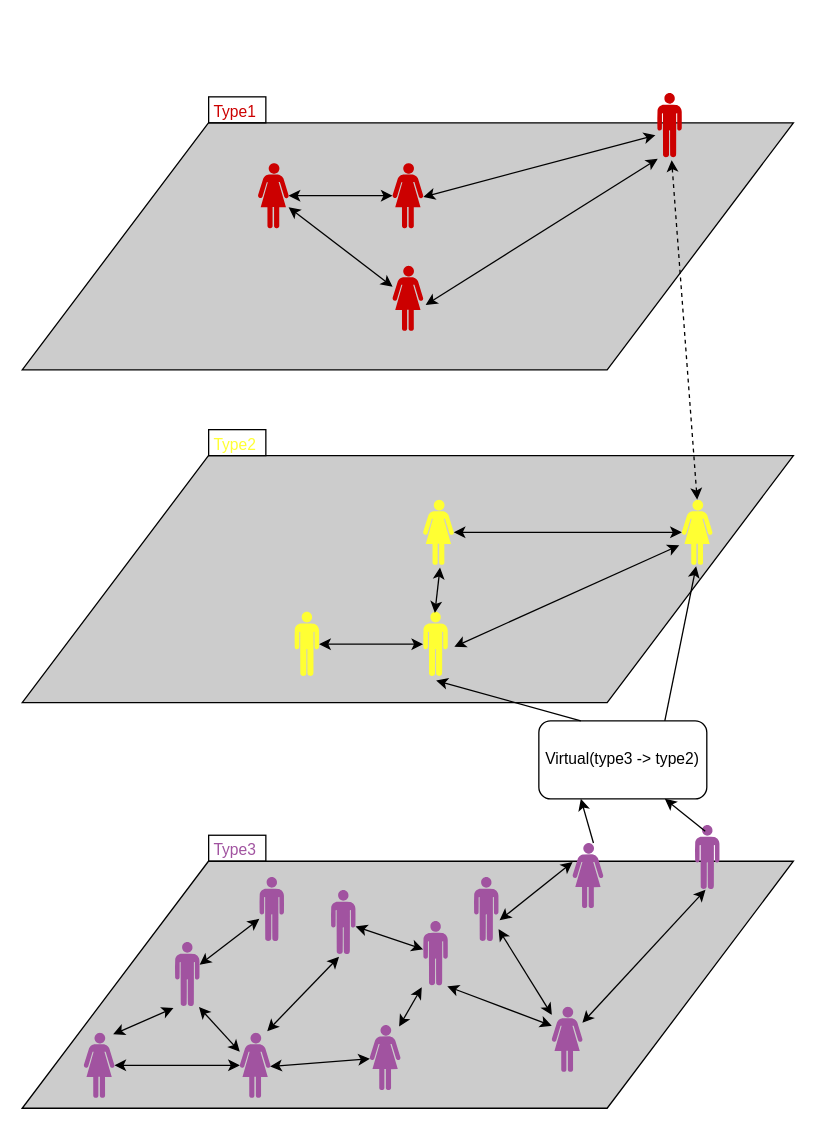
This is docs/images/networkOfNetworkVirtualTypes.drawio from josura/c2c-sepia, a draw.io file, before an edit. Source tidied: cells renumbered, new cells numbered last; positions are measured from the earlier drawing's top-left corner, leaving out a move shared by most shapes. Both pictures are drawn from the tidied source at 130%, with x=0, y=0 at pixel (22, 92).
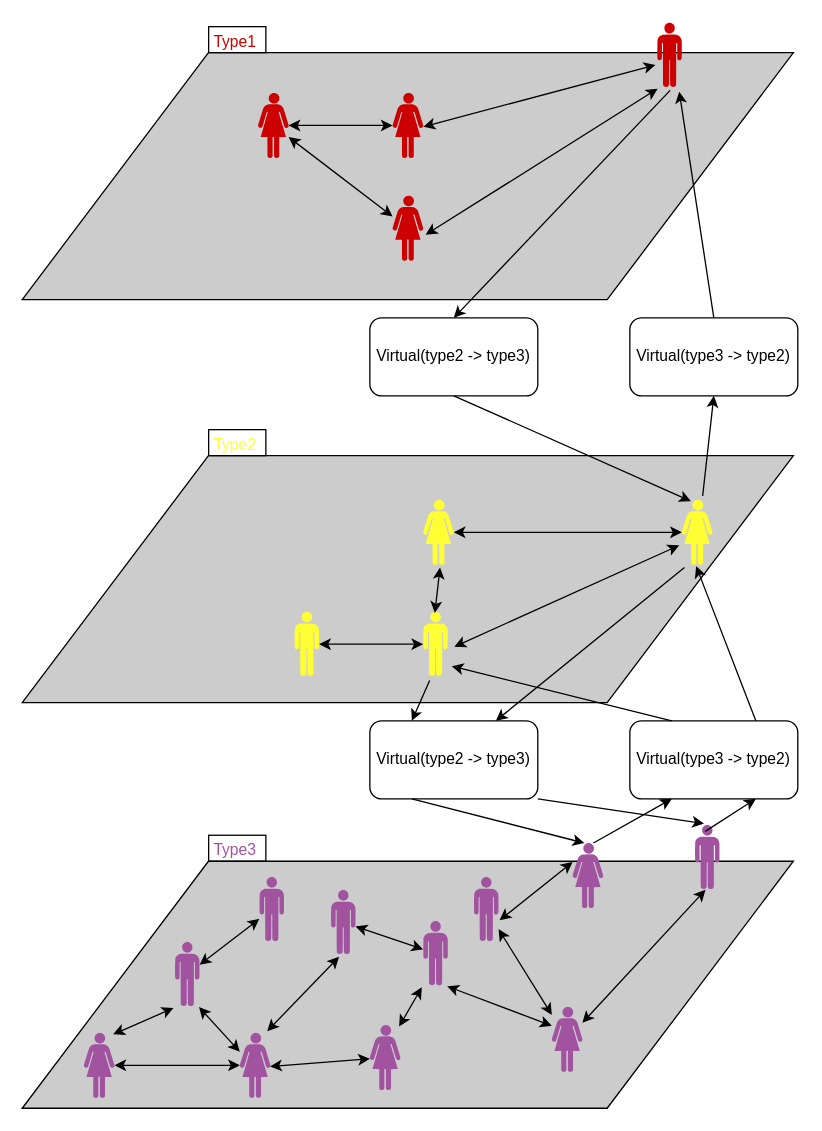
The same page after the edit.

Unchanged cells that the change refers to:
```xml
<mxCell id="10" style="verticalLabelPosition=bottom;sketch=0;html=1;fillColor=#A153A0;verticalAlign=top;align=center;shape=mxgraph.cisco_safe.design.actor_2;" parent="1" vertex="1">
  <mxGeometry x="517" y="563" width="19" height="50" as="geometry" />
</mxCell>
<mxCell id="13" style="verticalLabelPosition=bottom;sketch=0;html=1;fillColor=#FFFF33;verticalAlign=top;align=center;shape=mxgraph.cisco_safe.design.actor_1;" parent="1" vertex="1">
  <mxGeometry x="507" y="313" width="23.5" height="50" as="geometry" />
</mxCell>
<mxCell id="29" style="verticalLabelPosition=bottom;sketch=0;html=1;fillColor=#A153A0;verticalAlign=top;align=center;shape=mxgraph.cisco_safe.design.actor_1;" parent="1" vertex="1">
  <mxGeometry x="423" y="577" width="23.5" height="50" as="geometry" />
</mxCell>
<mxCell id="32" style="verticalLabelPosition=bottom;sketch=0;html=1;fillColor=#FFFF33;verticalAlign=top;align=center;shape=mxgraph.cisco_safe.design.actor_2;" parent="1" vertex="1">
  <mxGeometry x="308" y="399" width="19" height="50" as="geometry" />
</mxCell>
```

Change to the diagram source:
```diff
@@
     <mxCell id="3" style="rounded=0;whiteSpace=wrap;html=1;fillColor=none;" parent="1" vertex="1">
-      <mxGeometry x="143" y="3" width="44" height="20" as="geometry" />
+      <mxGeometry x="143" y="-51" width="44" height="20" as="geometry" />
     </mxCell>
@@
     <mxCell id="5" style="shape=parallelogram;perimeter=parallelogramPerimeter;whiteSpace=wrap;html=1;fixedSize=1;size=143.25;fillColor=#000000;fillOpacity=20;" parent="1" vertex="1">
-      <mxGeometry x="-0.4" y="23" width="593.2" height="190" as="geometry" />
+      <mxGeometry x="-0.4" y="-31" width="593.2" height="190" as="geometry" />
     </mxCell>
@@
     <mxCell id="11" style="verticalLabelPosition=bottom;sketch=0;html=1;fillColor=#CC0000;verticalAlign=top;align=center;shape=mxgraph.cisco_safe.design.actor_2;" parent="1" vertex="1">
-      <mxGeometry x="488" width="19" height="50" as="geometry" />
+      <mxGeometry x="488" y="-54" width="19" height="50" as="geometry" />
     </mxCell>
@@
     <mxCell id="34" style="verticalLabelPosition=bottom;sketch=0;html=1;fillColor=#CC0000;verticalAlign=top;align=center;shape=mxgraph.cisco_safe.design.actor_1;" parent="1" vertex="1">
-      <mxGeometry x="284.5" y="54" width="23.5" height="50" as="geometry" />
+      <mxGeometry x="284.5" width="23.5" height="50" as="geometry" />
     </mxCell>
@@
     <mxCell id="39" value="&lt;font color=&quot;#cc0000&quot;&gt;Type1&lt;/font&gt;" style="text;html=1;align=center;verticalAlign=middle;strokeColor=none;fillColor=none;" parent="1" vertex="1">
-      <mxGeometry x="133" width="60" height="30" as="geometry" />
+      <mxGeometry x="133" y="-54" width="60" height="30" as="geometry" />
     </mxCell>
@@
-    <mxCell id="45" style="rounded=0;jettySize=auto;html=1;entryX=0.587;entryY=1.034;entryDx=0;entryDy=0;entryPerimeter=0;startArrow=classic;startFill=1;exitX=0.501;exitY=-0.003;exitDx=0;exitDy=0;exitPerimeter=0;dashed=1;" parent="1" edge="1" source="13" target="11">
-      <mxGeometry relative="1" as="geometry" />
-    </mxCell>
@@
     <mxCell id="48" style="verticalLabelPosition=bottom;sketch=0;html=1;fillColor=#CC0000;verticalAlign=top;align=center;shape=mxgraph.cisco_safe.design.actor_1;" parent="1" vertex="1">
-      <mxGeometry x="181" y="54" width="23.5" height="50" as="geometry" />
+      <mxGeometry x="181" width="23.5" height="50" as="geometry" />
     </mxCell>
     <mxCell id="49" style="verticalLabelPosition=bottom;sketch=0;html=1;fillColor=#CC0000;verticalAlign=top;align=center;shape=mxgraph.cisco_safe.design.actor_1;" parent="1" vertex="1">
-      <mxGeometry x="284.5" y="133" width="23.5" height="50" as="geometry" />
+      <mxGeometry x="284.5" y="79" width="23.5" height="50" as="geometry" />
     </mxCell>
@@
     <mxCell id="51" value="Virtual(type3 -&amp;gt; type2)" style="rounded=1;whiteSpace=wrap;html=1;" parent="1" vertex="1">
-      <mxGeometry x="397" y="483" width="129.2" height="60" as="geometry" />
+      <mxGeometry x="467" y="483" width="129.2" height="60" as="geometry" />
     </mxCell>
@@
-    <mxCell id="53" style="rounded=0;jettySize=auto;html=1;exitX=0.25;exitY=0;exitDx=0;exitDy=0;entryX=0.526;entryY=1.06;entryDx=0;entryDy=0;entryPerimeter=0;" parent="1" edge="1" source="51" target="32">
+    <mxCell id="53" style="rounded=0;jettySize=auto;html=1;exitX=0.25;exitY=0;exitDx=0;exitDy=0;entryX=1.158;entryY=0.84;entryDx=0;entryDy=0;entryPerimeter=0;" parent="1" edge="1" source="51" target="32">
       <mxGeometry relative="1" as="geometry" />
     </mxCell>
@@
+    <mxCell id="56" value="Virtual(type2 -&amp;gt; type3)" style="rounded=1;whiteSpace=wrap;html=1;" parent="1" vertex="1">
+      <mxGeometry x="267" y="483" width="129.2" height="60" as="geometry" />
+    </mxCell>
+    <mxCell id="57" style="rounded=0;jettySize=auto;html=1;exitX=0.25;exitY=1;exitDx=0;exitDy=0;entryX=0.383;entryY=0;entryDx=0;entryDy=0;entryPerimeter=0;endArrow=classic;endFill=1;startArrow=none;startFill=0;" parent="1" edge="1" source="56" target="29">
+      <mxGeometry relative="1" as="geometry" />
+    </mxCell>
+    <mxCell id="58" style="rounded=0;jettySize=auto;html=1;exitX=1;exitY=1;exitDx=0;exitDy=0;entryX=0.368;entryY=-0.02;entryDx=0;entryDy=0;entryPerimeter=0;endArrow=classic;endFill=1;startArrow=none;startFill=0;" parent="1" edge="1" source="56" target="10">
+      <mxGeometry relative="1" as="geometry" />
+    </mxCell>
+    <mxCell id="59" style="rounded=0;jettySize=auto;html=1;exitX=0.263;exitY=1.06;exitDx=0;exitDy=0;entryX=0.25;entryY=0;entryDx=0;entryDy=0;endArrow=classic;endFill=1;startArrow=none;startFill=0;exitPerimeter=0;" parent="1" edge="1" source="32" target="56">
+      <mxGeometry relative="1" as="geometry" />
+    </mxCell>
+    <mxCell id="60" style="rounded=0;jettySize=auto;html=1;exitX=0.085;exitY=1.04;exitDx=0;exitDy=0;entryX=0.75;entryY=0;entryDx=0;entryDy=0;endArrow=classic;endFill=1;startArrow=none;startFill=0;exitPerimeter=0;" parent="1" edge="1" source="13" target="56">
+      <mxGeometry relative="1" as="geometry" />
+    </mxCell>
+    <mxCell id="61" value="Virtual(type3 -&amp;gt; type2)" style="rounded=1;whiteSpace=wrap;html=1;" parent="1" vertex="1">
+      <mxGeometry x="467" y="173" width="129.2" height="60" as="geometry" />
+    </mxCell>
+    <mxCell id="62" value="Virtual(type2 -&amp;gt; type3)" style="rounded=1;whiteSpace=wrap;html=1;" parent="1" vertex="1">
+      <mxGeometry x="267" y="173" width="129.2" height="60" as="geometry" />
+    </mxCell>
+    <mxCell id="63" style="rounded=0;jettySize=auto;html=1;exitX=0.5;exitY=0;exitDx=0;exitDy=0;entryX=0.895;entryY=1.06;entryDx=0;entryDy=0;entryPerimeter=0;" parent="1" edge="1" source="61" target="11">
+      <mxGeometry relative="1" as="geometry" />
+    </mxCell>
+    <mxCell id="64" style="rounded=0;jettySize=auto;html=1;exitX=0.5;exitY=1;exitDx=0;exitDy=0;entryX=0.298;entryY=0.02;entryDx=0;entryDy=0;entryPerimeter=0;" parent="1" edge="1" source="62" target="13">
+      <mxGeometry relative="1" as="geometry" />
+    </mxCell>
+    <mxCell id="65" style="rounded=0;jettySize=auto;html=1;exitX=0.681;exitY=-0.06;exitDx=0;exitDy=0;entryX=0.5;entryY=1;entryDx=0;entryDy=0;exitPerimeter=0;" parent="1" edge="1" source="13" target="61">
+      <mxGeometry relative="1" as="geometry" />
+    </mxCell>
+    <mxCell id="66" style="rounded=0;jettySize=auto;html=1;exitX=0.526;exitY=1.04;exitDx=0;exitDy=0;entryX=0.5;entryY=0;entryDx=0;entryDy=0;exitPerimeter=0;" parent="1" edge="1" source="11" target="62">
+      <mxGeometry relative="1" as="geometry" />
+    </mxCell>
```
